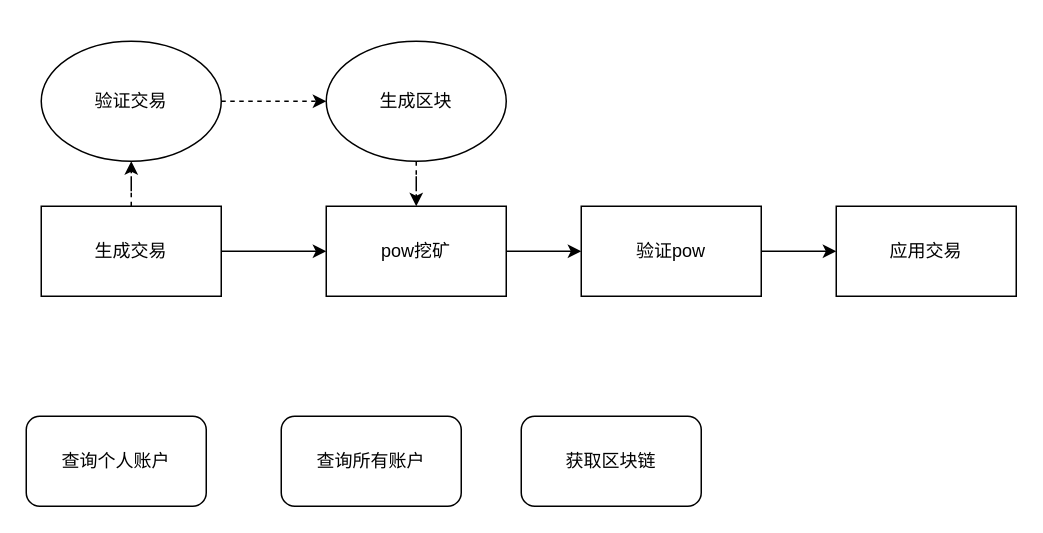
Earlier version of the draw.io diagram MVP_struct.drawio (torisu-kirame/MVP). Source tidied: cells renumbered, new cells numbered last; positions are measured from the earlier drawing's top-left corner, leaving out a move shared by most shapes. Both pictures are drawn from the tidied source at 150%, with x=0, y=0 at pixel (26, 40).
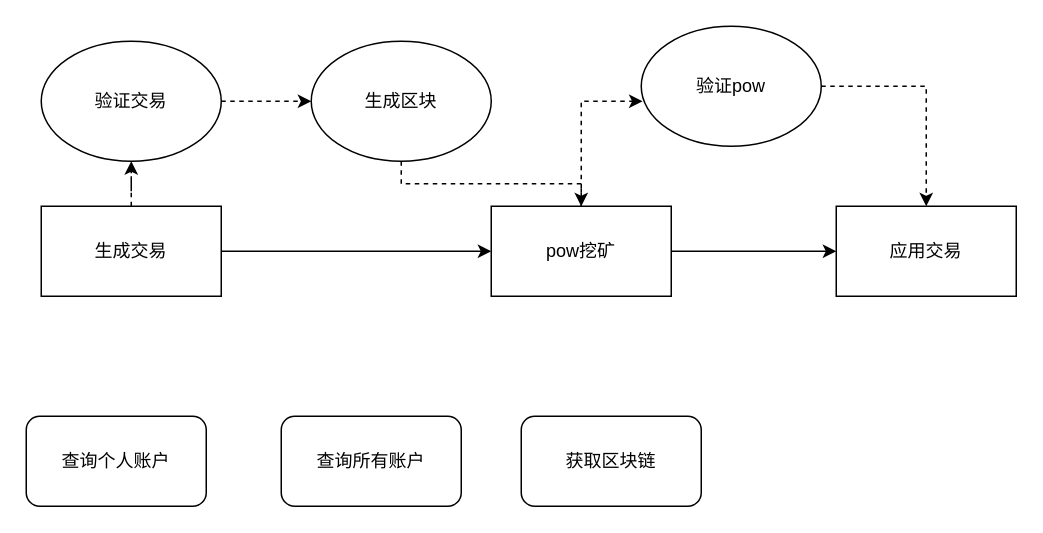
The same diagram, later.

What changed in the source:
```diff
@@
 <mxGraphModel>
   <root>
     <mxCell id="0" />
     <mxCell id="1" parent="0" />
     <mxCell id="2" style="edgeStyle=orthogonalEdgeStyle;rounded=0;jettySize=auto;html=1;dashed=1;" parent="1" edge="1" source="4" target="10">
       <mxGeometry relative="1" as="geometry" />
     </mxCell>
     <mxCell id="3" style="edgeStyle=orthogonalEdgeStyle;rounded=0;jettySize=auto;html=1;" parent="1" edge="1" source="4" target="6">
       <mxGeometry relative="1" as="geometry" />
     </mxCell>
     <mxCell id="4" value="生成交易" style="rounded=0;whiteSpace=wrap;html=1;" parent="1" vertex="1">
       <mxGeometry x="10" y="110" width="120" height="60" as="geometry" />
     </mxCell>
-    <mxCell id="5" style="edgeStyle=orthogonalEdgeStyle;rounded=0;jettySize=auto;html=1;" parent="1" edge="1" source="6" target="8">
-      <mxGeometry relative="1" as="geometry" />
-    </mxCell>
+    <mxCell id="17" style="edgeStyle=orthogonalEdgeStyle;rounded=0;jettySize=auto;html=1;" parent="1" edge="1" source="6" target="14">
+      <mxGeometry relative="1" as="geometry" />
+    </mxCell>
     <mxCell id="6" value="pow挖矿" style="rounded=0;whiteSpace=wrap;html=1;" parent="1" vertex="1">
-      <mxGeometry x="200" y="110" width="120" height="60" as="geometry" />
+      <mxGeometry x="310" y="110" width="120" height="60" as="geometry" />
     </mxCell>
-    <mxCell id="7" style="edgeStyle=orthogonalEdgeStyle;rounded=0;jettySize=auto;html=1;" parent="1" edge="1" source="8" target="14">
-      <mxGeometry relative="1" as="geometry" />
-    </mxCell>
-    <mxCell id="8" value="验证pow" style="rounded=0;whiteSpace=wrap;html=1;" parent="1" vertex="1">
-      <mxGeometry x="370" y="110" width="120" height="60" as="geometry" />
-    </mxCell>
     <mxCell id="9" style="edgeStyle=orthogonalEdgeStyle;rounded=0;jettySize=auto;html=1;dashed=1;" parent="1" edge="1" source="10" target="12">
       <mxGeometry relative="1" as="geometry" />
     </mxCell>
     <mxCell id="10" value="验证交易" style="ellipse;whiteSpace=wrap;html=1;" parent="1" vertex="1">
       <mxGeometry x="10" width="120" height="80" as="geometry" />
     </mxCell>
-    <mxCell id="11" style="edgeStyle=orthogonalEdgeStyle;rounded=0;jettySize=auto;html=1;dashed=1;" parent="1" edge="1" source="12" target="6">
+    <mxCell id="11" style="edgeStyle=elbowEdgeStyle;rounded=0;jettySize=auto;html=1;dashed=1;" parent="1" edge="1" source="12" target="6">
       <mxGeometry relative="1" as="geometry" />
     </mxCell>
     <mxCell id="12" value="生成区块" style="ellipse;whiteSpace=wrap;html=1;" parent="1" vertex="1">
-      <mxGeometry x="200" width="120" height="80" as="geometry" />
+      <mxGeometry x="190" width="120" height="80" as="geometry" />
     </mxCell>
     <mxCell id="13" value="查询个人账户" style="rounded=1;whiteSpace=wrap;html=1;" parent="1" vertex="1">
       <mxGeometry y="250" width="120" height="60" as="geometry" />
     </mxCell>
     <mxCell id="14" value="应用交易" style="rounded=0;whiteSpace=wrap;html=1;" parent="1" vertex="1">
       <mxGeometry x="540" y="110" width="120" height="60" as="geometry" />
     </mxCell>
     <mxCell id="15" value="查询所有账户" style="rounded=1;whiteSpace=wrap;html=1;" parent="1" vertex="1">
       <mxGeometry x="170" y="250" width="120" height="60" as="geometry" />
     </mxCell>
     <mxCell id="16" value="获取区块链" style="rounded=1;whiteSpace=wrap;html=1;" parent="1" vertex="1">
       <mxGeometry x="330" y="250" width="120" height="60" as="geometry" />
     </mxCell>
+    <mxCell id="7" style="edgeStyle=orthogonalEdgeStyle;rounded=0;jettySize=auto;html=1;dashed=1;" parent="1" edge="1" source="8" target="14">
+      <mxGeometry relative="1" as="geometry" />
+    </mxCell>
+    <mxCell id="8" value="验证pow" style="ellipse;whiteSpace=wrap;html=1;" parent="1" vertex="1">
+      <mxGeometry x="410" y="-10" width="120" height="80" as="geometry" />
+    </mxCell>
+    <mxCell id="5" style="edgeStyle=orthogonalEdgeStyle;rounded=0;jettySize=auto;html=1;entryX=0.007;entryY=0.625;entryDx=0;entryDy=0;entryPerimeter=0;dashed=1;" parent="1" edge="1" source="6" target="8">
+      <mxGeometry relative="1" as="geometry" />
+    </mxCell>
   </root>
 </mxGraphModel>
```
